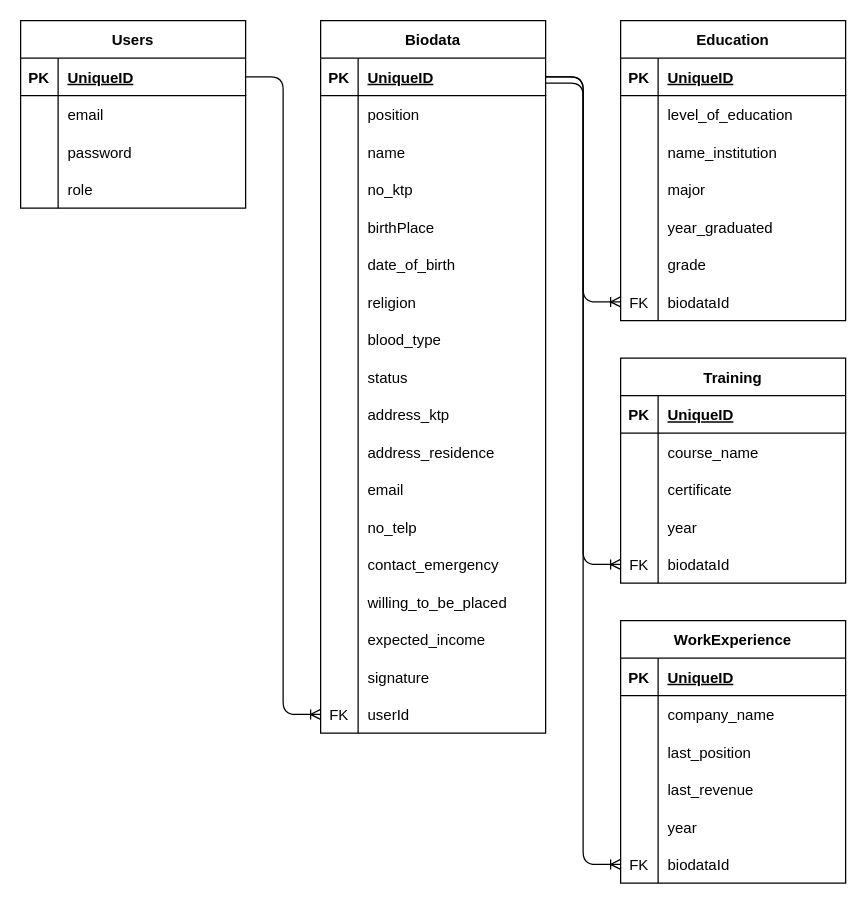
Earlier version of the draw.io diagram server/erd.drawio (tanyaardhia/biodata_fullstackDeveloper). Source tidied: cells renumbered, new cells numbered last; positions are measured from the earlier drawing's top-left corner, leaving out a move shared by most shapes. Both pictures are drawn from the tidied source at 125%, with x=0, y=0 at pixel (20, 20).
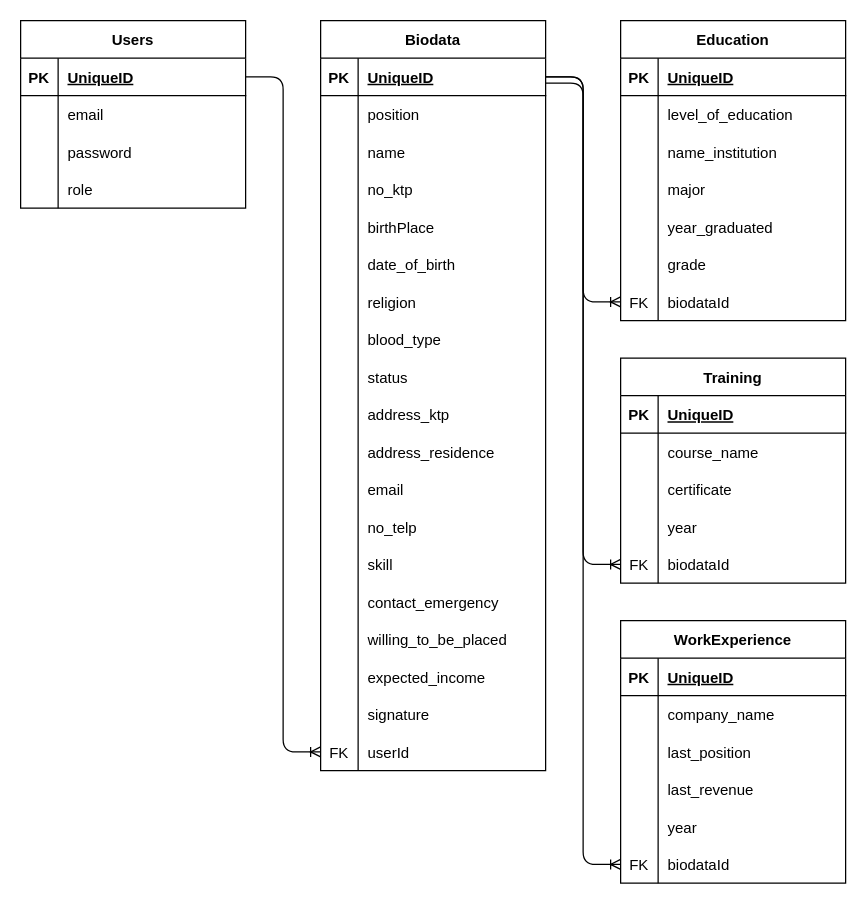
The same page after the edit.

Commit message (it also covers changes not shown here):
fix: add colums skill

Diff of the diagram source:
```diff
@@
     <mxCell id="15" value="Biodata       " style="shape=table;startSize=30;childLayout=tableLayout;rowLines=0;fontStyle=1;align=center;" parent="1" vertex="1">
-      <mxGeometry x="240" width="180" height="570" as="geometry" />
+      <mxGeometry x="240" width="180" height="600" as="geometry" />
     </mxCell>
@@
+    <mxCell id="131" style="shape=tableRow;horizontal=0;startSize=0;swimlaneHead=0;swimlaneBody=0;fillColor=none;top=0;left=0;right=0;bottom=0;" parent="15" vertex="1">
+      <mxGeometry y="420" width="180" height="30" as="geometry" />
+    </mxCell>
+    <mxCell id="132" style="shape=partialRectangle;fillColor=none;top=0;left=0;bottom=0;right=0;overflow=hidden;" parent="131" vertex="1">
+      <mxGeometry width="30" height="30" as="geometry" />
+    </mxCell>
+    <mxCell id="133" value="skill" style="shape=partialRectangle;fillColor=none;top=0;left=0;bottom=0;right=0;align=left;spacingLeft=6;overflow=hidden;" parent="131" vertex="1">
+      <mxGeometry x="30" width="150" height="30" as="geometry" />
+    </mxCell>
     <mxCell id="55" style="shape=tableRow;horizontal=0;startSize=0;swimlaneHead=0;swimlaneBody=0;fillColor=none;top=0;left=0;right=0;bottom=0;" parent="15" vertex="1">
-      <mxGeometry y="420" width="180" height="30" as="geometry" />
+      <mxGeometry y="450" width="180" height="30" as="geometry" />
     </mxCell>
@@
     <mxCell id="58" style="shape=tableRow;horizontal=0;startSize=0;swimlaneHead=0;swimlaneBody=0;fillColor=none;top=0;left=0;right=0;bottom=0;" parent="15" vertex="1">
-      <mxGeometry y="450" width="180" height="30" as="geometry" />
+      <mxGeometry y="480" width="180" height="30" as="geometry" />
     </mxCell>
@@
     <mxCell id="61" style="shape=tableRow;horizontal=0;startSize=0;swimlaneHead=0;swimlaneBody=0;fillColor=none;top=0;left=0;right=0;bottom=0;" parent="15" vertex="1">
-      <mxGeometry y="480" width="180" height="30" as="geometry" />
+      <mxGeometry y="510" width="180" height="30" as="geometry" />
     </mxCell>
@@
     <mxCell id="64" style="shape=tableRow;horizontal=0;startSize=0;swimlaneHead=0;swimlaneBody=0;fillColor=none;top=0;left=0;right=0;bottom=0;" parent="15" vertex="1">
-      <mxGeometry y="510" width="180" height="30" as="geometry" />
+      <mxGeometry y="540" width="180" height="30" as="geometry" />
     </mxCell>
@@
     <mxCell id="67" style="shape=tableRow;horizontal=0;startSize=0;swimlaneHead=0;swimlaneBody=0;fillColor=none;points=[[0,0.5],[1,0.5]];portConstraint=eastwest;top=0;left=0;right=0;bottom=0;" parent="15" vertex="1">
-      <mxGeometry y="540" width="180" height="30" as="geometry" />
+      <mxGeometry y="570" width="180" height="30" as="geometry" />
     </mxCell>
```
